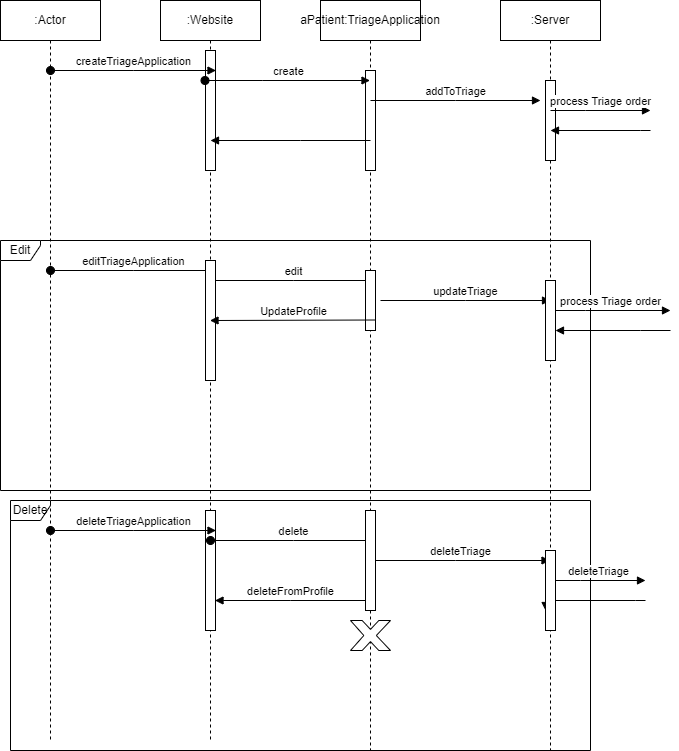
This is Milestone2/activityDiagrams/Copy of create triage application sequence diagram.drawio.png from SENG-350-2024-fall/Team5, a draw.io export, as it was before one commit. Source tidied: cells renumbered, new cells last; positions are measured from the earlier drawing's top-left corner, leaving out a move shared by most shapes.
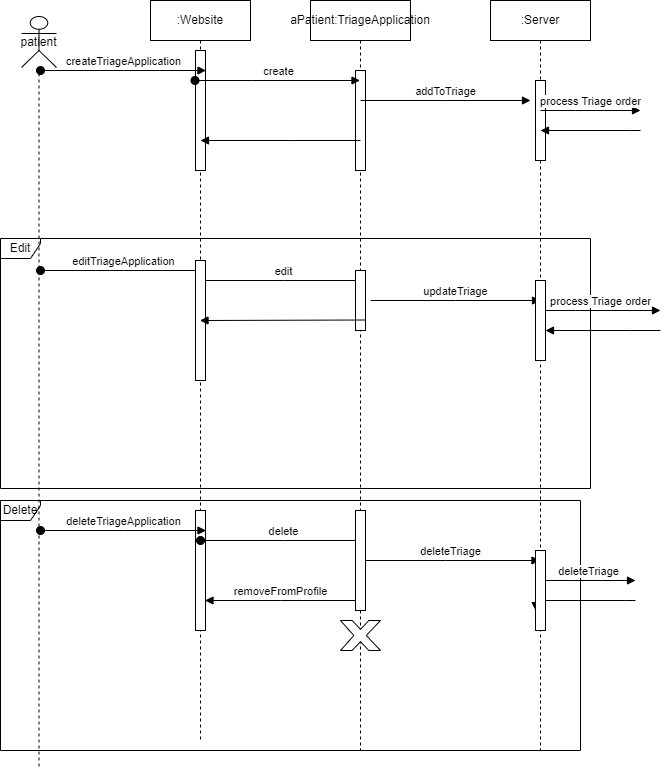
After the commit.

The edit, as a diff of the source:
```diff
@@ -57,7 +57,7 @@
       </mxGeometry>
     </mxCell>
     <mxCell id="13" value="Edit" style="shape=umlFrame;whiteSpace=wrap;html=1;width=40;height=20;" parent="1" vertex="1">
-      <mxGeometry y="240" width="590" height="250" as="geometry" />
+      <mxGeometry x="10" y="238" width="590" height="250" as="geometry" />
     </mxCell>
     <mxCell id="14" value="edit" style="html=1;verticalAlign=bottom;startArrow=oval;endArrow=block;startSize=8;edgeStyle=elbowEdgeStyle;elbow=vertical;curved=0;rounded=0;" parent="1" edge="1">
       <mxGeometry relative="1" as="geometry">
@@ -125,9 +125,6 @@
         </Array>
       </mxGeometry>
     </mxCell>
-    <mxCell id="23" value=":Actor" style="shape=umlLifeline;perimeter=lifelinePerimeter;whiteSpace=wrap;html=1;newEdgeStyle={&quot;edgeStyle&quot;:&quot;elbowEdgeStyle&quot;,&quot;elbow&quot;:&quot;vertical&quot;,&quot;curved&quot;:0,&quot;rounded&quot;:0};" parent="1" vertex="1">
-      <mxGeometry width="100" height="740" as="geometry" />
-    </mxCell>
     <mxCell id="24" value="createTriageApplication" style="html=1;verticalAlign=bottom;startArrow=oval;endArrow=block;startSize=8;edgeStyle=elbowEdgeStyle;elbow=vertical;curved=0;rounded=0;" parent="1" edge="1">
       <mxGeometry relative="1" as="geometry">
         <mxPoint x="50" y="70" as="sourcePoint" />
@@ -178,12 +175,12 @@
     <mxCell id="34" style="html=1;perimeter=orthogonalPerimeter;targetShapes=umlLifeline;newEdgeStyle={&quot;edgeStyle&quot;:&quot;elbowEdgeStyle&quot;,&quot;elbow&quot;:&quot;vertical&quot;,&quot;curved&quot;:0,&quot;rounded&quot;:0};" parent="1" vertex="1">
       <mxGeometry x="545" y="550" width="10" height="80" as="geometry" />
     </mxCell>
-    <mxCell id="35" value="UpdateProfile" style="html=1;verticalAlign=bottom;endArrow=block;edgeStyle=elbowEdgeStyle;elbow=vertical;curved=0;rounded=0;" parent="1" edge="1" target="6">
+    <mxCell id="35" style="html=1;verticalAlign=bottom;endArrow=block;edgeStyle=elbowEdgeStyle;elbow=vertical;curved=0;rounded=0;" parent="1" edge="1" target="6">
       <mxGeometry relative="1" as="geometry">
         <mxPoint x="375" y="319.5" as="sourcePoint" />
       </mxGeometry>
     </mxCell>
-    <mxCell id="36" value="deleteFromProfile" style="html=1;verticalAlign=bottom;endArrow=block;edgeStyle=elbowEdgeStyle;elbow=vertical;curved=0;rounded=0;" parent="1" edge="1">
+    <mxCell id="36" value="removeFromProfile" style="html=1;verticalAlign=bottom;endArrow=block;edgeStyle=elbowEdgeStyle;elbow=vertical;curved=0;rounded=0;" parent="1" edge="1">
       <mxGeometry relative="1" as="geometry">
         <mxPoint x="365" y="600" as="sourcePoint" />
         <mxPoint x="214.5" y="600" as="targetPoint" />
@@ -198,5 +195,8 @@
         </Array>
       </mxGeometry>
     </mxCell>
+    <mxCell id="38" value="patient" style="shape=umlLifeline;perimeter=lifelinePerimeter;whiteSpace=wrap;html=1;newEdgeStyle={&quot;curved&quot;:0,&quot;rounded&quot;:0};participant=umlActor;size=51;" parent="1" vertex="1">
+      <mxGeometry x="31" y="16" width="35" height="751" as="geometry" />
+    </mxCell>
   </root>
 </mxGraphModel>
```
